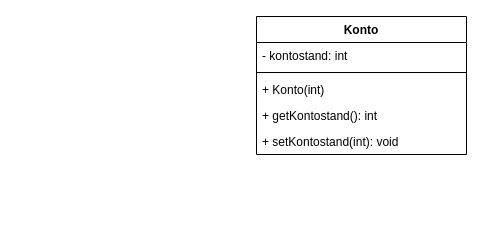
This is page "Konto" (1 of 2) of konto.drawio from emcc01/02a_CodeLab_01, a draw.io file, before an edit. Source tidied: cells renumbered, new cells numbered last; positions are measured from the earlier drawing's top-left corner, leaving out a move shared by most shapes. Both pictures are drawn from the tidied source at 100%, with x=0, y=0 at pixel (256, 16).
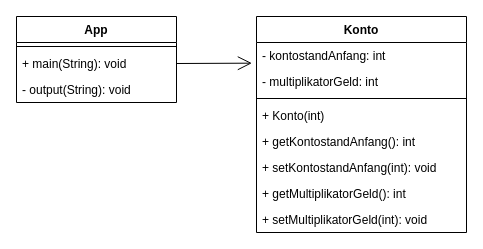
After the change.

Diff of the diagram source:
```diff
@@
 <mxGraphModel>
   <root>
     <mxCell id="0" />
     <mxCell id="1" parent="0" />
     <mxCell id="2" value="Konto" style="swimlane;fontStyle=1;align=center;verticalAlign=top;horizontal=1;startSize=26;" parent="1" vertex="1">
-      <mxGeometry width="210" height="138" as="geometry" />
+      <mxGeometry width="210" height="216" as="geometry" />
     </mxCell>
-    <mxCell id="3" value="- kontostand: int" style="text;strokeColor=none;fillColor=none;align=left;verticalAlign=top;spacingLeft=4;spacingRight=4;overflow=hidden;points=[[0,0.5],[1,0.5]];portConstraint=eastwest;" parent="2" vertex="1">
+    <mxCell id="3" value="- kontostandAnfang: int" style="text;strokeColor=none;fillColor=none;align=left;verticalAlign=top;spacingLeft=4;spacingRight=4;overflow=hidden;points=[[0,0.5],[1,0.5]];portConstraint=eastwest;" parent="2" vertex="1">
       <mxGeometry y="26" width="210" height="26" as="geometry" />
     </mxCell>
+    <mxCell id="8" value="- multiplikatorGeld: int" style="text;strokeColor=none;fillColor=none;align=left;verticalAlign=top;spacingLeft=4;spacingRight=4;overflow=hidden;" parent="2" vertex="1">
+      <mxGeometry y="52" width="210" height="26" as="geometry" />
+    </mxCell>
     <mxCell id="4" style="line;strokeWidth=1;fillColor=none;align=left;verticalAlign=middle;spacingTop=-1;spacingLeft=3;spacingRight=3;labelPosition=right;" parent="2" vertex="1">
-      <mxGeometry y="52" width="210" height="8" as="geometry" />
+      <mxGeometry y="78" width="210" height="8" as="geometry" />
     </mxCell>
     <mxCell id="5" value="+ Konto(int)" style="text;strokeColor=none;fillColor=none;align=left;verticalAlign=top;spacingLeft=4;spacingRight=4;overflow=hidden;" parent="2" vertex="1">
-      <mxGeometry y="60" width="210" height="26" as="geometry" />
+      <mxGeometry y="86" width="210" height="26" as="geometry" />
     </mxCell>
-    <mxCell id="6" value="+ getKontostand(): int" style="text;strokeColor=none;fillColor=none;align=left;verticalAlign=top;spacingLeft=4;spacingRight=4;overflow=hidden;" parent="2" vertex="1">
-      <mxGeometry y="86" width="210" height="26" as="geometry" />
+    <mxCell id="6" value="+ getKontostandAnfang(): int" style="text;strokeColor=none;fillColor=none;align=left;verticalAlign=top;spacingLeft=4;spacingRight=4;overflow=hidden;" parent="2" vertex="1">
+      <mxGeometry y="112" width="210" height="26" as="geometry" />
     </mxCell>
-    <mxCell id="7" value="+ setKontostand(int): void" style="text;strokeColor=none;fillColor=none;align=left;verticalAlign=top;spacingLeft=4;spacingRight=4;overflow=hidden;" parent="2" vertex="1">
-      <mxGeometry y="112" width="210" height="26" as="geometry" />
+    <mxCell id="7" value="+ setKontostandAnfang(int): void" style="text;strokeColor=none;fillColor=none;align=left;verticalAlign=top;spacingLeft=4;spacingRight=4;overflow=hidden;" parent="2" vertex="1">
+      <mxGeometry y="138" width="210" height="26" as="geometry" />
     </mxCell>
+    <mxCell id="9" value="+ getMultiplikatorGeld(): int" style="text;strokeColor=none;fillColor=none;align=left;verticalAlign=top;spacingLeft=4;spacingRight=4;overflow=hidden;" parent="2" vertex="1">
+      <mxGeometry y="164" width="210" height="26" as="geometry" />
+    </mxCell>
+    <mxCell id="10" value="+ setMultiplikatorGeld(int): void" style="text;strokeColor=none;fillColor=none;align=left;verticalAlign=top;spacingLeft=4;spacingRight=4;overflow=hidden;" parent="2" vertex="1">
+      <mxGeometry y="190" width="210" height="26" as="geometry" />
+    </mxCell>
+    <mxCell id="11" value="App" style="swimlane;fontStyle=1;align=center;verticalAlign=top;horizontal=1;startSize=26;" parent="1" vertex="1">
+      <mxGeometry x="-240" width="160" height="86" as="geometry" />
+    </mxCell>
+    <mxCell id="12" style="line;strokeWidth=1;fillColor=none;align=left;verticalAlign=middle;spacingTop=-1;spacingLeft=3;spacingRight=3;labelPosition=right;strokeColor=inherit;" parent="11" vertex="1">
+      <mxGeometry y="26" width="160" height="8" as="geometry" />
+    </mxCell>
+    <mxCell id="13" value="+ main(String): void" style="text;strokeColor=none;fillColor=none;align=left;verticalAlign=top;spacingLeft=4;spacingRight=4;overflow=hidden;points=[[0,0.5],[1,0.5]];portConstraint=eastwest;" parent="11" vertex="1">
+      <mxGeometry y="34" width="160" height="26" as="geometry" />
+    </mxCell>
+    <mxCell id="14" value="- output(String): void" style="text;strokeColor=none;fillColor=none;align=left;verticalAlign=top;spacingLeft=4;spacingRight=4;overflow=hidden;" parent="11" vertex="1">
+      <mxGeometry y="60" width="160" height="26" as="geometry" />
+    </mxCell>
+    <mxCell id="15" style="endArrow=open;endFill=1;endSize=12;html=1;exitX=1;exitY=0.5;exitDx=0;exitDy=0;entryX=-0.022;entryY=0.795;entryDx=0;entryDy=0;entryPerimeter=0;" parent="1" edge="1" source="13" target="3">
+      <mxGeometry relative="1" as="geometry" />
+    </mxCell>
   </root>
 </mxGraphModel>
```
